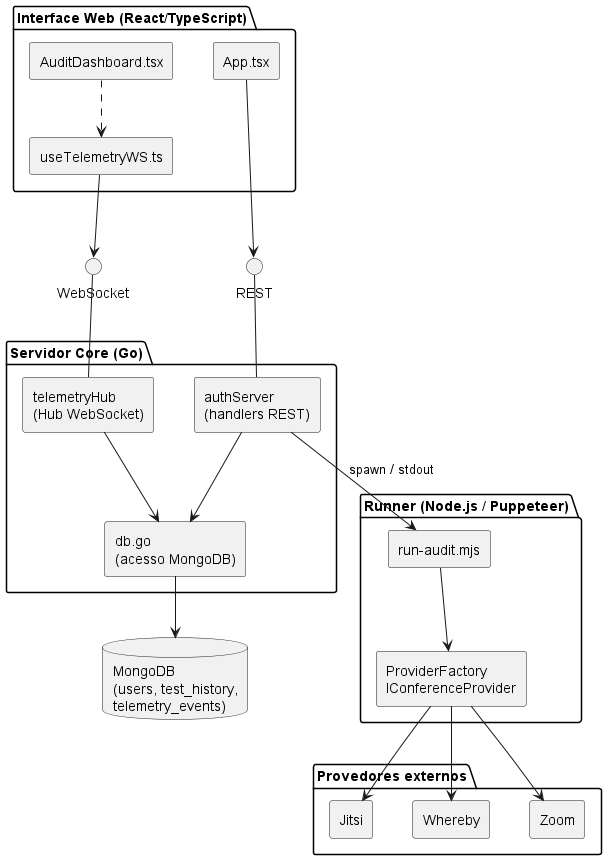
Earlier version of the PlantUML export Artefatos/DiagramaDeComponentes.png (ICEI-PUC-Minas-PPLES-TI/plf-es-2025-2-tcci-0393100-dev-rafael-parreira).
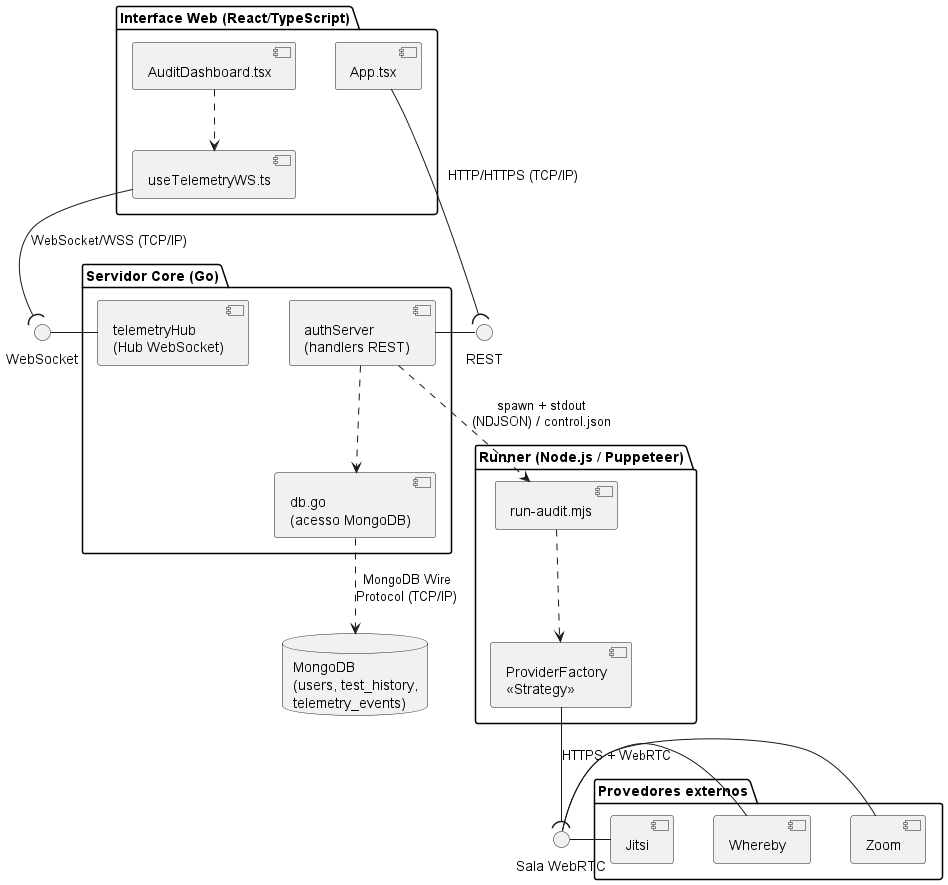
Later version of the same file.

Commit message:
docs: adiciona interfaces requeridas e protocolos ao diagrama de componentes e atualiza Projeto-TCC2

What changed in the source:
```diff
@@ -1,50 +1,56 @@
 @startuml
-skinparam componentStyle rectangle
+
 skinparam shadowing false
-skinparam ranksep 55
 skinparam nodesep 40
+skinparam ranksep 60
 
 interface "REST" as IREST
 interface "WebSocket" as IWS
+interface "Sala WebRTC" as IRoom
 
 package "Interface Web (React/TypeScript)" {
-  [App.tsx] as App
-  [AuditDashboard.tsx] as Dash
-  [useTelemetryWS.ts] as WSClient
+  component "App.tsx" as App
+  component "AuditDashboard.tsx" as Dash
+  component "useTelemetryWS.ts" as WSClient
 }
 
 package "Servidor Core (Go)" {
-  [authServer\n(handlers REST)] as Core
-  [telemetryHub\n(Hub WebSocket)] as Hub
-  [db.go\n(acesso MongoDB)] as DBaccess
+  component "authServer\n(handlers REST)" as Core
+  component "telemetryHub\n(Hub WebSocket)" as Hub
+  component "db.go\n(acesso MongoDB)" as DBaccess
 }
 
 package "Runner (Node.js / Puppeteer)" {
-  [run-audit.mjs] as Runner
-  [ProviderFactory\nIConferenceProvider] as Providers
+  component "run-audit.mjs" as Runner
+  component "ProviderFactory\n«Strategy»" as Factory
 }
 
 database "MongoDB\n(users, test_history,\ntelemetry_events)" as Mongo
 
 package "Provedores externos" {
-  [Jitsi]
-  [Whereby]
-  [Zoom]
+  component "Jitsi"   as Jitsi
+  component "Whereby" as Whereby
+  component "Zoom"    as Zoom
 }
 
+App -[hidden]down-> Core
+WSClient -[hidden]down-> Hub
+
+Core - IREST
+App --( IREST : HTTP/HTTPS (TCP/IP)
+Hub - IWS
+WSClient --( IWS : WebSocket/WSS (TCP/IP)
+
 Dash ..> WSClient
-App --> IREST
-WSClient --> IWS
-IREST -- Core
-IWS -- Hub
+Core ..> DBaccess
 
-Core --> DBaccess
-Hub --> DBaccess
-DBaccess --> Mongo
-Core --> Runner : spawn / stdout
+DBaccess ..> Mongo : MongoDB Wire\nProtocol (TCP/IP)
+Core ..> Runner : spawn + stdout\n(NDJSON) / control.json
+Runner ..> Factory
 
-Runner --> Providers
-Providers --> [Jitsi]
-Providers --> [Whereby]
-Providers --> [Zoom]
+Factory --( IRoom : HTTPS + WebRTC
+Jitsi - IRoom
+Whereby - IRoom
+Zoom - IRoom
+
 @enduml
```
